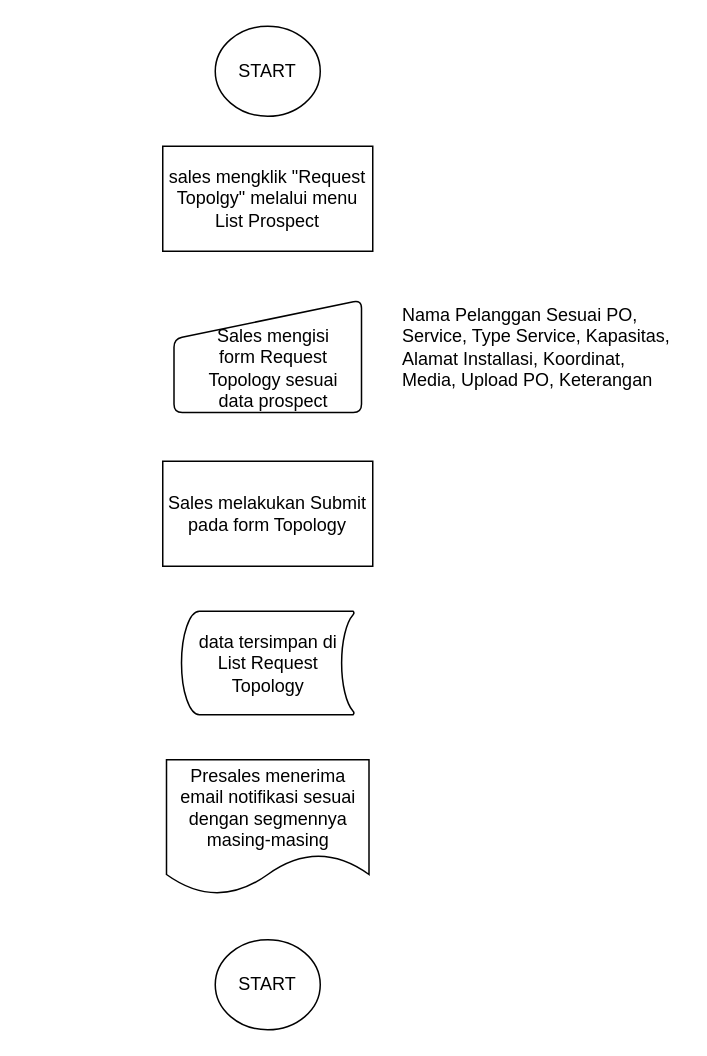
Above: topology.drawio in elwidi/latihangraph (draw.io), before the change. Source tidied: cells renumbered, new cells numbered last; positions are measured from the earlier drawing's top-left corner, leaving out a move shared by most shapes. Both pictures are drawn from the tidied source at 150%, with x=0, y=0 at pixel (162, 26).
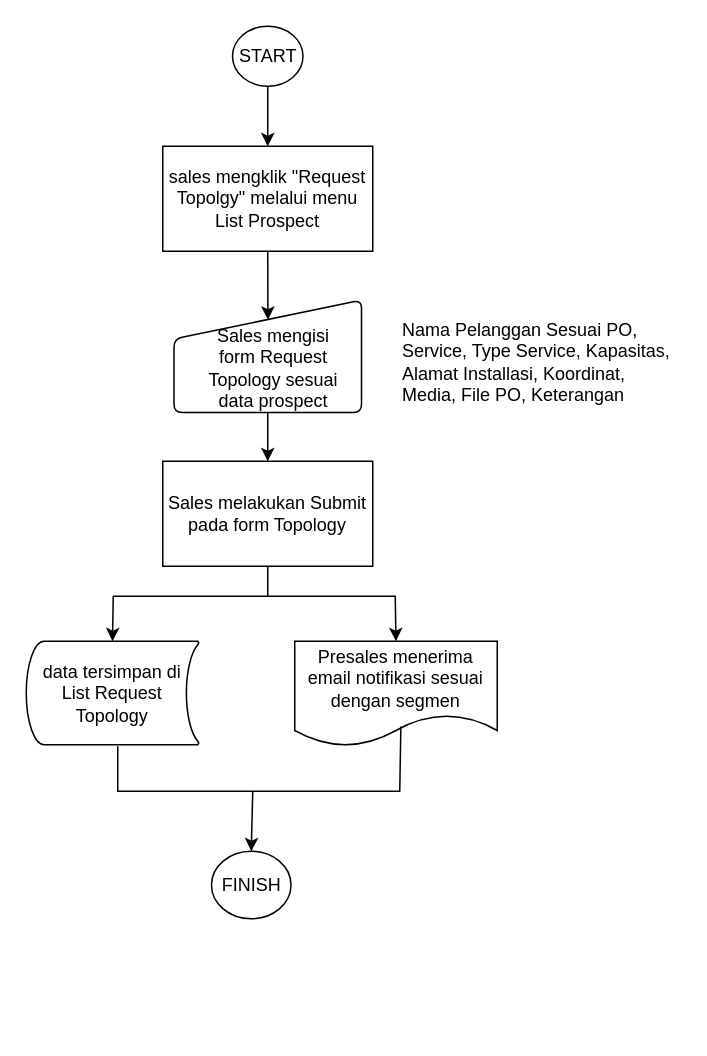
Above is the later version.

Unchanged cells that the change refers to:
```xml
<mxCell id="2" value="sales mengklik &quot;Request Topolgy&quot; melalui menu List Prospect" style="rounded=0;whiteSpace=wrap;html=1;" parent="1" vertex="1">
  <mxGeometry y="80" width="140" height="70" as="geometry" />
</mxCell>
<mxCell id="4" value="Sales melakukan Submit pada form Topology" style="rounded=0;whiteSpace=wrap;html=1;" parent="1" vertex="1">
  <mxGeometry y="290" width="140" height="70" as="geometry" />
</mxCell>
<mxCell id="7" style="verticalLabelPosition=bottom;verticalAlign=top;html=1;strokeWidth=1;shape=manualInput;whiteSpace=wrap;rounded=1;size=26;arcSize=11;" parent="1" vertex="1">
  <mxGeometry x="7.5" y="182.5" width="125" height="75" as="geometry" />
</mxCell>
```

What changed in the source:
```diff
@@
-    <mxCell id="3" value="&lt;h4&gt;&lt;span style=&quot;font-weight: normal&quot;&gt;Nama Pelanggan Sesuai PO, Service, Type Service, Kapasitas, Alamat Installasi, Koordinat, Media, Upload PO, Keterangan&lt;/span&gt;&lt;/h4&gt;" style="text;html=1;strokeColor=none;fillColor=none;spacing=5;spacingTop=-20;whiteSpace=wrap;overflow=hidden;rounded=0;" parent="1" vertex="1">
-      <mxGeometry x="155" y="180" width="190" height="70" as="geometry" />
+    <mxCell id="3" value="&lt;h4&gt;&lt;span style=&quot;font-weight: normal&quot;&gt;Nama Pelanggan Sesuai PO, Service, Type Service, Kapasitas, Alamat Installasi, Koordinat, Media,&amp;nbsp;File PO, Keterangan&lt;/span&gt;&lt;/h4&gt;" style="text;html=1;strokeColor=none;fillColor=none;spacing=5;spacingTop=-20;whiteSpace=wrap;overflow=hidden;rounded=0;" parent="1" vertex="1">
+      <mxGeometry x="155" y="190" width="190" height="70" as="geometry" />
     </mxCell>
@@
     <mxCell id="5" value="START" style="ellipse;whiteSpace=wrap;html=1;" parent="1" vertex="1">
-      <mxGeometry x="35" width="70" height="60" as="geometry" />
+      <mxGeometry x="46.5" width="47" height="40" as="geometry" />
     </mxCell>
     <mxCell id="6" value="&lt;span style=&quot;white-space: normal&quot;&gt;data&lt;/span&gt;&lt;span style=&quot;white-space: normal&quot;&gt;&amp;nbsp;tersimpan di List Request Topology&lt;/span&gt;" style="strokeWidth=1;html=1;shape=mxgraph.flowchart.stored_data;whiteSpace=wrap;" parent="1" vertex="1">
-      <mxGeometry x="12.5" y="390" width="115" height="69" as="geometry" />
+      <mxGeometry x="-91" y="410" width="115" height="69" as="geometry" />
     </mxCell>
@@
-    <mxCell id="9" value="Presales menerima email notifikasi sesuai dengan segmennya masing-masing" style="shape=document;whiteSpace=wrap;html=1;boundedLbl=1;strokeWidth=1;" parent="1" vertex="1">
-      <mxGeometry x="2.5" y="489" width="135" height="90" as="geometry" />
+    <mxCell id="9" value="Presales menerima email notifikasi sesuai dengan segmen" style="shape=document;whiteSpace=wrap;html=1;boundedLbl=1;strokeWidth=1;" parent="1" vertex="1">
+      <mxGeometry x="88" y="410" width="135" height="70" as="geometry" />
     </mxCell>
-    <mxCell id="10" value="START" style="ellipse;whiteSpace=wrap;html=1;" parent="1" vertex="1">
-      <mxGeometry x="35" y="609" width="70" height="60" as="geometry" />
+    <mxCell id="10" value="FINISH" style="ellipse;whiteSpace=wrap;html=1;" parent="1" vertex="1">
+      <mxGeometry x="32.5" y="550" width="53" height="45" as="geometry" />
     </mxCell>
+    <mxCell id="11" style="endArrow=classic;html=1;exitX=0.5;exitY=1;exitDx=0;exitDy=0;entryX=0.501;entryY=0.176;entryDx=0;entryDy=0;entryPerimeter=0;" parent="1" edge="1" source="2" target="7">
+      <mxGeometry relative="1" as="geometry" />
+    </mxCell>
+    <mxCell id="12" style="endArrow=classic;html=1;exitX=0.5;exitY=1;exitDx=0;exitDy=0;entryX=0.5;entryY=0;entryDx=0;entryDy=0;" parent="1" edge="1" source="7" target="4">
+      <mxGeometry relative="1" as="geometry" />
+    </mxCell>
+    <mxCell id="13" style="endArrow=classic;html=1;exitX=0.5;exitY=1;exitDx=0;exitDy=0;entryX=0.5;entryY=0;entryDx=0;entryDy=0;entryPerimeter=0;rounded=0;" parent="1" edge="1" source="4" target="6">
+      <mxGeometry relative="1" as="geometry">
+        <Array as="points">
+          <mxPoint x="70" y="380" />
+          <mxPoint x="-33" y="380" />
+        </Array>
+      </mxGeometry>
+    </mxCell>
+    <mxCell id="14" style="endArrow=classic;html=1;entryX=0.5;entryY=0;entryDx=0;entryDy=0;" parent="1" edge="1" target="2">
+      <mxGeometry relative="1" as="geometry">
+        <mxPoint x="70" y="40" as="sourcePoint" />
+      </mxGeometry>
+    </mxCell>
+    <mxCell id="15" style="endArrow=classic;html=1;entryX=0.5;entryY=0;entryDx=0;entryDy=0;rounded=0;" parent="1" edge="1" target="9">
+      <mxGeometry relative="1" as="geometry">
+        <mxPoint x="70" y="380" as="sourcePoint" />
+        <Array as="points">
+          <mxPoint x="155" y="380" />
+        </Array>
+      </mxGeometry>
+    </mxCell>
+    <mxCell id="16" style="endArrow=none;html=1;rounded=0;" parent="1" edge="1">
+      <mxGeometry relative="1" as="geometry">
+        <mxPoint x="-30" y="480" as="sourcePoint" />
+        <mxPoint x="60" y="510" as="targetPoint" />
+        <Array as="points">
+          <mxPoint x="-30" y="510" />
+        </Array>
+      </mxGeometry>
+    </mxCell>
+    <mxCell id="17" style="endArrow=none;html=1;exitX=0.524;exitY=0.811;exitDx=0;exitDy=0;exitPerimeter=0;rounded=0;" parent="1" edge="1" source="9">
+      <mxGeometry relative="1" as="geometry">
+        <mxPoint x="60" y="510" as="targetPoint" />
+        <Array as="points">
+          <mxPoint x="158" y="510" />
+        </Array>
+      </mxGeometry>
+    </mxCell>
+    <mxCell id="18" style="endArrow=classic;html=1;entryX=0.5;entryY=0;entryDx=0;entryDy=0;" parent="1" edge="1" target="10">
+      <mxGeometry relative="1" as="geometry">
+        <mxPoint x="60" y="510" as="sourcePoint" />
+      </mxGeometry>
+    </mxCell>
```
